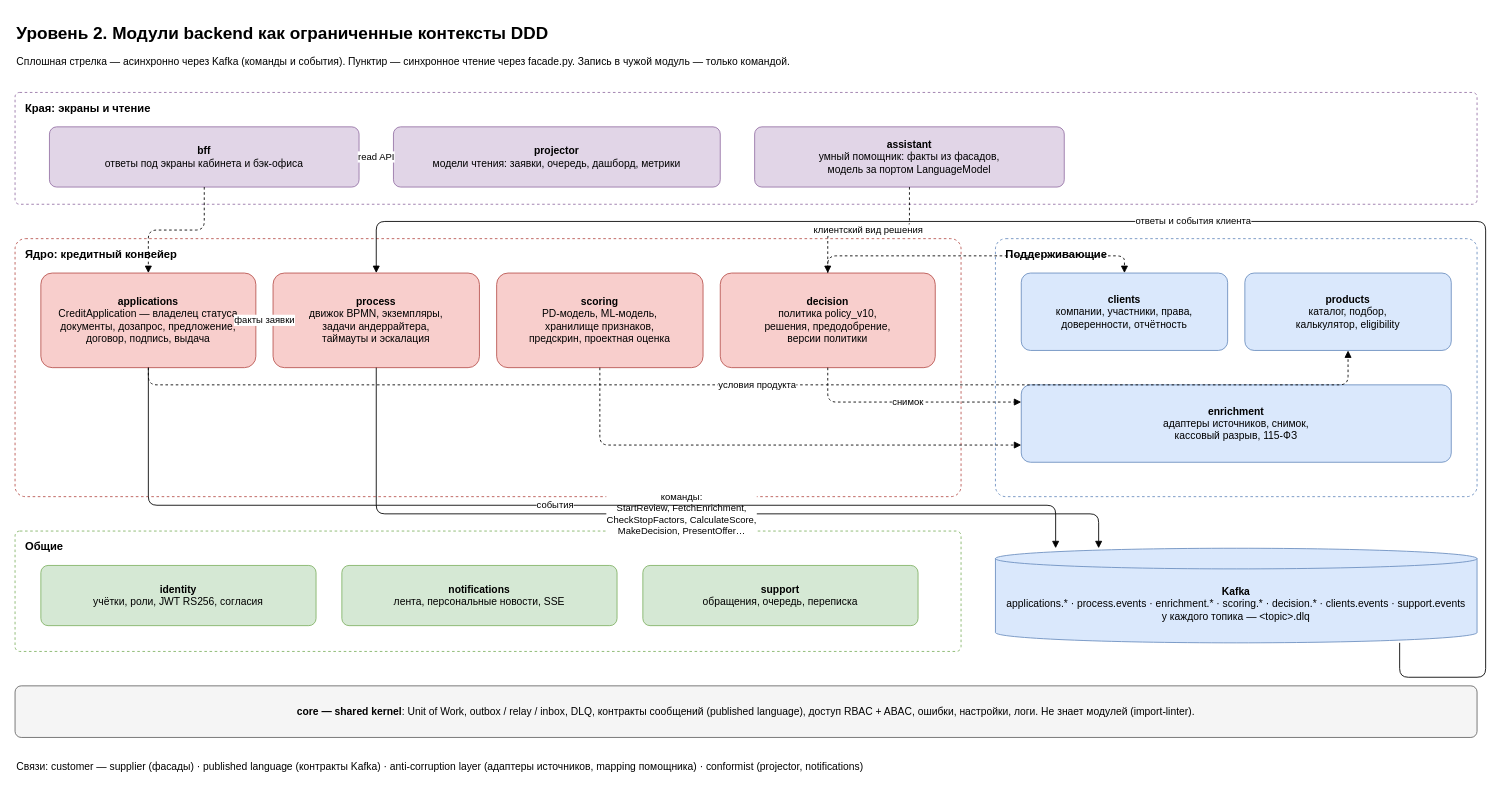
This is page "2. Модули и Kafka" (3 of 9) of docs/architecture/architecture-overview.drawio from 1nsanexeEZ/hackaton_alfabank_2026, a draw.io file, before an edit. Source tidied: cells renumbered, new cells numbered last; positions are measured from the earlier drawing's top-left corner, leaving out a move shared by most shapes. Both pictures are drawn from the tidied source at 86%, with x=0, y=0 at pixel (15, 15).
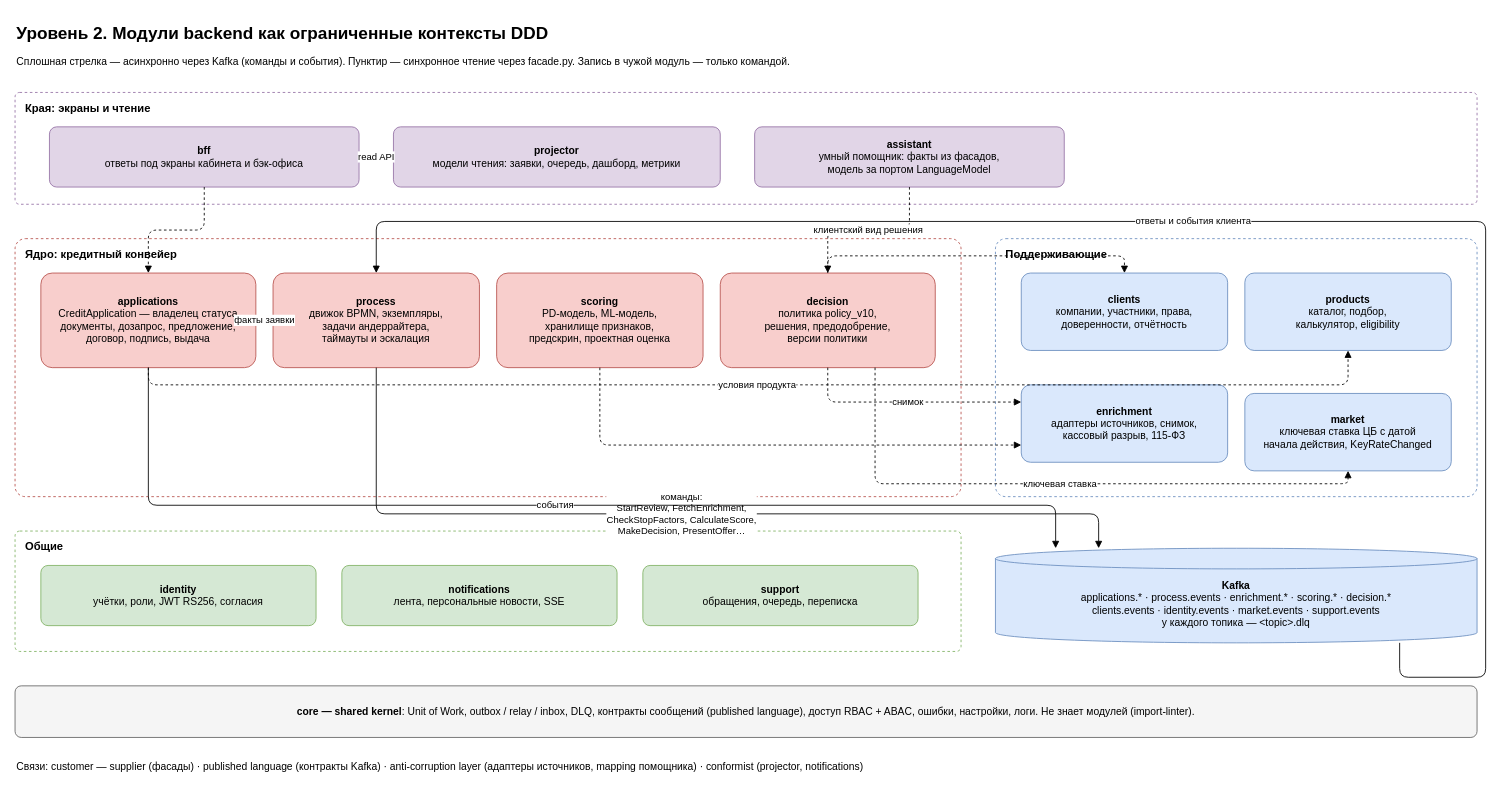
After the change.

The change refers to these unchanged cells:
```xml
<mxCell id="12" value="&lt;b&gt;decision&lt;/b&gt;&lt;br&gt;политика policy_v10,&lt;br&gt;решения, предодобрение,&lt;br&gt;версии политики" style="rounded=1;whiteSpace=wrap;html=1;fontSize=12;arcSize=12;fillColor=#f8cecc;strokeColor=#b85450;" parent="1" vertex="1">
  <mxGeometry x="820" y="300" width="250" height="110" as="geometry" />
</mxCell>
```

Change to the diagram source:
```diff
@@
     <mxCell id="16" value="&lt;b&gt;enrichment&lt;/b&gt;&lt;br&gt;адаптеры источников, снимок,&lt;br&gt;кассовый разрыв, 115-ФЗ" style="rounded=1;whiteSpace=wrap;html=1;fontSize=12;arcSize=12;fillColor=#dae8fc;strokeColor=#6c8ebf;" parent="1" vertex="1">
-      <mxGeometry x="1170" y="430" width="500" height="90" as="geometry" />
+      <mxGeometry x="1170" y="430" width="240" height="90" as="geometry" />
     </mxCell>
@@
-    <mxCell id="21" value="&lt;b&gt;Kafka&lt;/b&gt;&lt;br&gt;applications.* · process.events · enrichment.* · scoring.* · decision.* · clients.events · support.events&lt;br&gt;у каждого топика — &amp;lt;topic&amp;gt;.dlq" style="shape=cylinder3;whiteSpace=wrap;html=1;boundedLbl=1;backgroundOutline=1;size=12;fontSize=12;fillColor=#dae8fc;strokeColor=#6c8ebf;" parent="1" vertex="1">
+    <mxCell id="21" value="&lt;b&gt;Kafka&lt;/b&gt;&lt;br&gt;applications.* · process.events · enrichment.* · scoring.* · decision.*&lt;br&gt;clients.events · identity.events · market.events · support.events&lt;br&gt;у каждого топика — &amp;lt;topic&amp;gt;.dlq" style="shape=cylinder3;whiteSpace=wrap;html=1;boundedLbl=1;backgroundOutline=1;size=12;fontSize=12;fillColor=#dae8fc;strokeColor=#6c8ebf;" parent="1" vertex="1">
       <mxGeometry x="1140" y="620" width="560" height="110" as="geometry" />
     </mxCell>
@@
+    <mxCell id="35" value="&lt;b&gt;market&lt;/b&gt;&lt;br&gt;ключевая ставка ЦБ с датой&lt;br&gt;начала действия, KeyRateChanged" style="rounded=1;whiteSpace=wrap;html=1;fontSize=12;arcSize=12;fillColor=#dae8fc;strokeColor=#6c8ebf;" parent="1" vertex="1">
+      <mxGeometry x="1430" y="440" width="240" height="90" as="geometry" />
+    </mxCell>
+    <mxCell id="36" value="ключевая ставка" style="edgeStyle=orthogonalEdgeStyle;rounded=1;jettySize=auto;html=1;endArrow=block;endFill=1;fontSize=11;dashed=1;" parent="1" edge="1" source="12" target="35">
+      <mxGeometry relative="1" as="geometry">
+        <Array as="points">
+          <mxPoint x="1000" y="545" />
+          <mxPoint x="1550" y="545" />
+        </Array>
+      </mxGeometry>
+    </mxCell>
```
